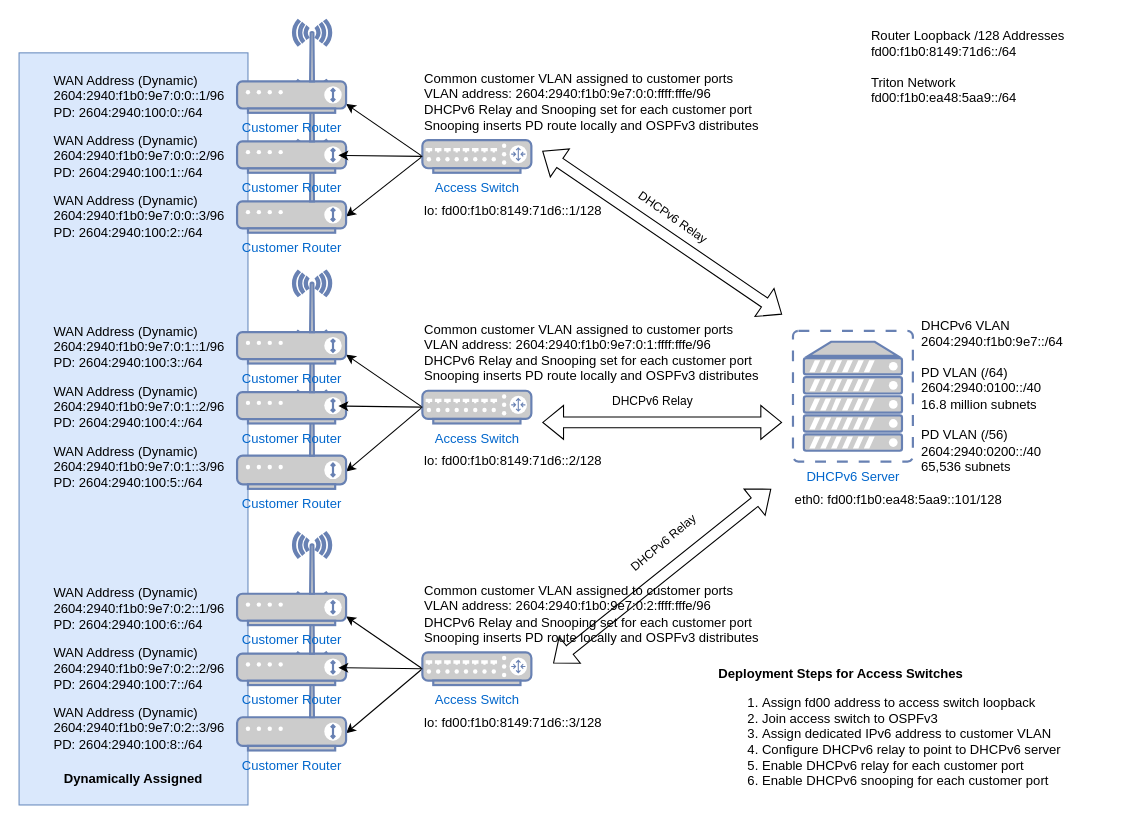
justindthomas/diagrams keeps this draw.io diagram as architecture.drawio. Above is the earlier version. Source tidied: cells renumbered, new cells numbered last; positions are measured from the earlier drawing's top-left corner, leaving out a move shared by most shapes. Both pictures are drawn from the tidied source at 109%, with x=0, y=0 at pixel (19, 20).
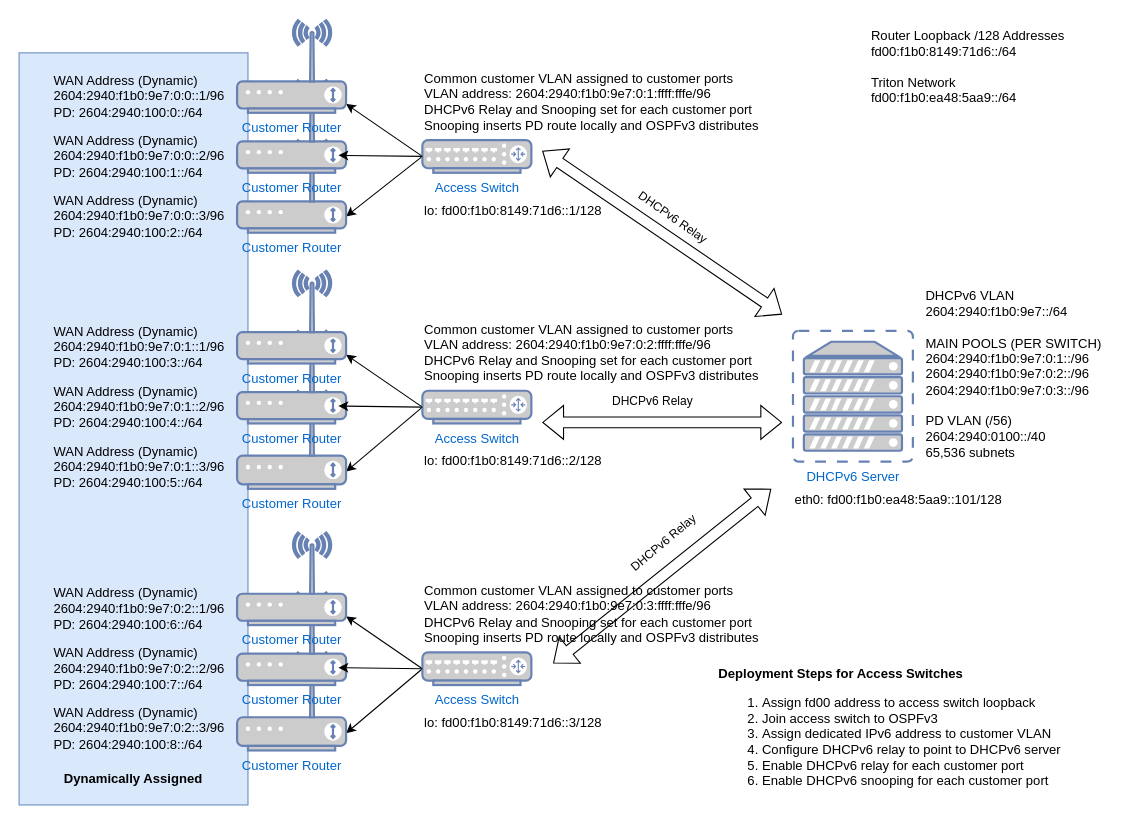
The same page after the edit.

Diff of the diagram source:
```diff
@@
-    <mxCell id="7" value="&lt;div&gt;Common customer VLAN assigned to customer ports&lt;br&gt;&lt;/div&gt;&lt;div&gt;VLAN address: 2604:2940:f1b0:9e7:0:0:ffff:fffe/96&lt;br&gt;&lt;/div&gt;&lt;div&gt;DHCPv6 Relay and Snooping set for each customer port&lt;br&gt;&lt;/div&gt;&lt;div&gt;Snooping inserts PD route locally and OSPFv3 distributes&lt;br&gt;&lt;/div&gt;" style="text;strokeColor=none;align=left;fillColor=none;html=1;verticalAlign=middle;whiteSpace=wrap;rounded=0;" parent="1" vertex="1">
+    <mxCell id="7" value="&lt;div&gt;Common customer VLAN assigned to customer ports&lt;br&gt;&lt;/div&gt;&lt;div&gt;VLAN address: 2604:2940:f1b0:9e7:0:1:ffff:fffe/96&lt;br&gt;&lt;/div&gt;&lt;div&gt;DHCPv6 Relay and Snooping set for each customer port&lt;br&gt;&lt;/div&gt;&lt;div&gt;Snooping inserts PD route locally and OSPFv3 distributes&lt;br&gt;&lt;/div&gt;" style="text;strokeColor=none;align=left;fillColor=none;html=1;verticalAlign=middle;whiteSpace=wrap;rounded=0;" parent="1" vertex="1">
       <mxGeometry x="370" y="60" width="330" height="30" as="geometry" />
     </mxCell>
-    <mxCell id="8" value="&lt;div&gt;DHCPv6 VLAN&lt;/div&gt;&lt;div&gt;2604:2940:f1b0:9e7::/64&lt;br&gt;&lt;/div&gt;&lt;div&gt;&lt;br&gt;&lt;/div&gt;&lt;div&gt;PD VLAN (/64)&lt;br&gt;&lt;/div&gt;&lt;div&gt;2604:2940:0100::/40&lt;br&gt;&lt;/div&gt;&lt;div&gt;16.8 million subnets&lt;br&gt;&lt;/div&gt;&lt;div&gt;&lt;br&gt;&lt;/div&gt;&lt;div&gt;PD VLAN (/56)&lt;/div&gt;&lt;div&gt;2604:2940:0200::/40&lt;br&gt;&lt;/div&gt;&lt;div&gt;65,536 subnets&lt;br&gt;&lt;/div&gt;" style="text;strokeColor=none;align=left;fillColor=none;html=1;verticalAlign=middle;whiteSpace=wrap;rounded=0;" parent="1" vertex="1">
-      <mxGeometry x="826" y="330" width="170" height="30" as="geometry" />
+    <mxCell id="8" value="&lt;div&gt;DHCPv6 VLAN&lt;/div&gt;&lt;div&gt;2604:2940:f1b0:9e7::/64&lt;br&gt;&lt;/div&gt;&lt;div&gt;&lt;br&gt;&lt;/div&gt;&lt;div&gt;MAIN POOLS (PER SWITCH)&lt;br&gt;&lt;/div&gt;&lt;div&gt;2604:2940:f1b0:9e7:0:1::/96&lt;/div&gt;&lt;div&gt;2604:2940:f1b0:9e7:0:2::/96&lt;/div&gt;&lt;div&gt;2604:2940:f1b0:9e7:0:3::/96&lt;/div&gt;&lt;div&gt;&lt;br&gt;&lt;/div&gt;&lt;div&gt;PD VLAN (/56)&lt;/div&gt;&lt;div&gt;2604:2940:0100::/40&lt;br&gt;&lt;/div&gt;&lt;div&gt;65,536 subnets&lt;br&gt;&lt;/div&gt;" style="text;strokeColor=none;align=left;fillColor=none;html=1;verticalAlign=middle;whiteSpace=wrap;rounded=0;" parent="1" vertex="1">
+      <mxGeometry x="830" y="310" width="170" height="30" as="geometry" />
     </mxCell>
@@
-    <mxCell id="19" value="&lt;div&gt;Common customer VLAN assigned to customer ports&lt;br&gt;&lt;/div&gt;&lt;div&gt;VLAN address: 2604:2940:f1b0:9e7:0:1:ffff:fffe/96&lt;br&gt;&lt;/div&gt;&lt;div&gt;DHCPv6 Relay and Snooping set for each customer port&lt;br&gt;&lt;/div&gt;&lt;div&gt;Snooping inserts PD route locally and OSPFv3 distributes&lt;/div&gt;" style="text;strokeColor=none;align=left;fillColor=none;html=1;verticalAlign=middle;whiteSpace=wrap;rounded=0;" parent="1" vertex="1">
+    <mxCell id="19" value="&lt;div&gt;Common customer VLAN assigned to customer ports&lt;br&gt;&lt;/div&gt;&lt;div&gt;VLAN address: 2604:2940:f1b0:9e7:0:2:ffff:fffe/96&lt;br&gt;&lt;/div&gt;&lt;div&gt;DHCPv6 Relay and Snooping set for each customer port&lt;br&gt;&lt;/div&gt;&lt;div&gt;Snooping inserts PD route locally and OSPFv3 distributes&lt;/div&gt;" style="text;strokeColor=none;align=left;fillColor=none;html=1;verticalAlign=middle;whiteSpace=wrap;rounded=0;" parent="1" vertex="1">
       <mxGeometry x="370" y="290" width="330" height="30" as="geometry" />
     </mxCell>
@@
-    <mxCell id="30" value="&lt;div&gt;Common customer VLAN assigned to customer ports&lt;br&gt;&lt;/div&gt;&lt;div&gt;VLAN address: 2604:2940:f1b0:9e7:0:2:ffff:fffe/96&lt;br&gt;&lt;/div&gt;&lt;div&gt;DHCPv6 Relay and Snooping set for each customer port&lt;br&gt;&lt;/div&gt;&lt;div&gt;Snooping inserts PD route locally and OSPFv3 distributes&lt;/div&gt;" style="text;strokeColor=none;align=left;fillColor=none;html=1;verticalAlign=middle;whiteSpace=wrap;rounded=0;" parent="1" vertex="1">
+    <mxCell id="30" value="&lt;div&gt;Common customer VLAN assigned to customer ports&lt;br&gt;&lt;/div&gt;&lt;div&gt;VLAN address: 2604:2940:f1b0:9e7:0:3:ffff:fffe/96&lt;br&gt;&lt;/div&gt;&lt;div&gt;DHCPv6 Relay and Snooping set for each customer port&lt;br&gt;&lt;/div&gt;&lt;div&gt;Snooping inserts PD route locally and OSPFv3 distributes&lt;/div&gt;" style="text;strokeColor=none;align=left;fillColor=none;html=1;verticalAlign=middle;whiteSpace=wrap;rounded=0;" parent="1" vertex="1">
       <mxGeometry x="370" y="530" width="330" height="30" as="geometry" />
     </mxCell>
```
